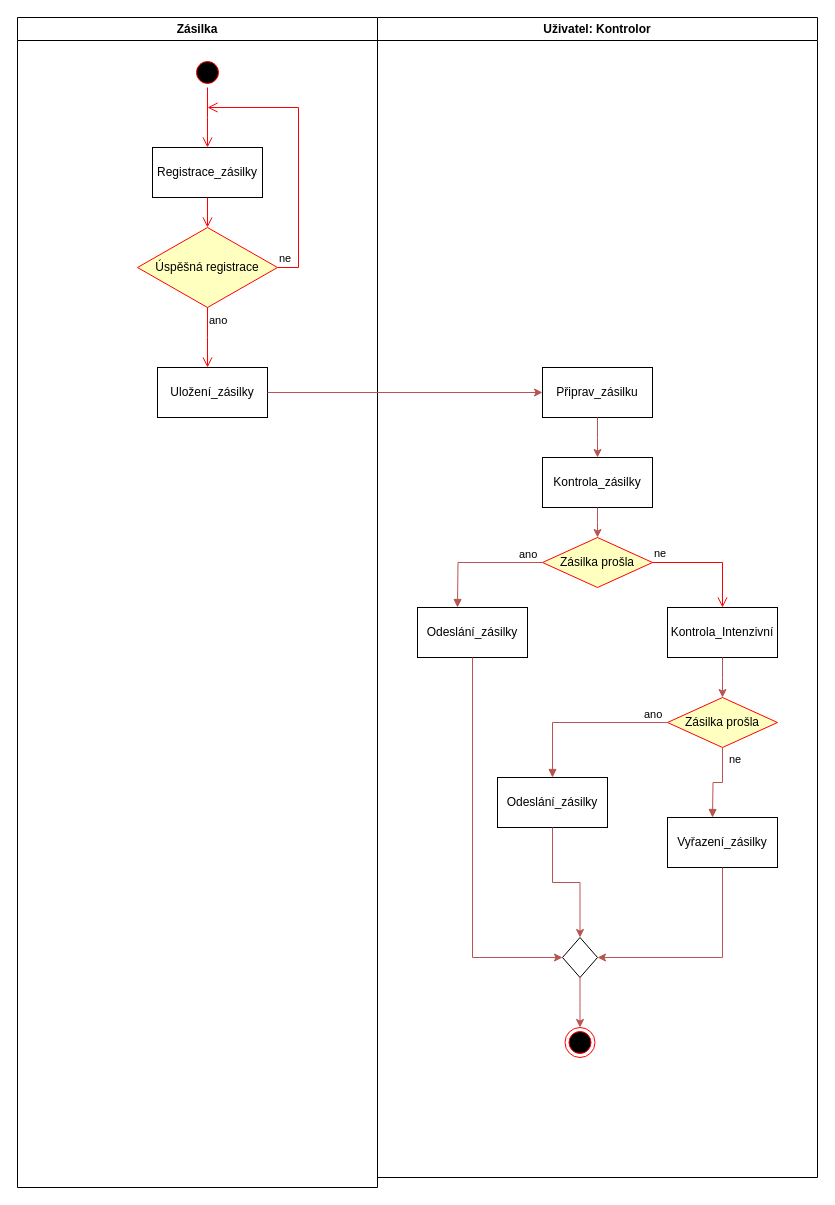
Hefik/IRS2 keeps this draw.io diagram as page "Stránka-3" (3 of 3) of tridy.drawio. Above is the earlier version. Source tidied: cells renumbered, new cells numbered last; positions are measured from the earlier drawing's top-left corner, leaving out a move shared by most shapes. Both pictures are drawn from the tidied source at 100%, with x=0, y=0 at pixel (17, 17).
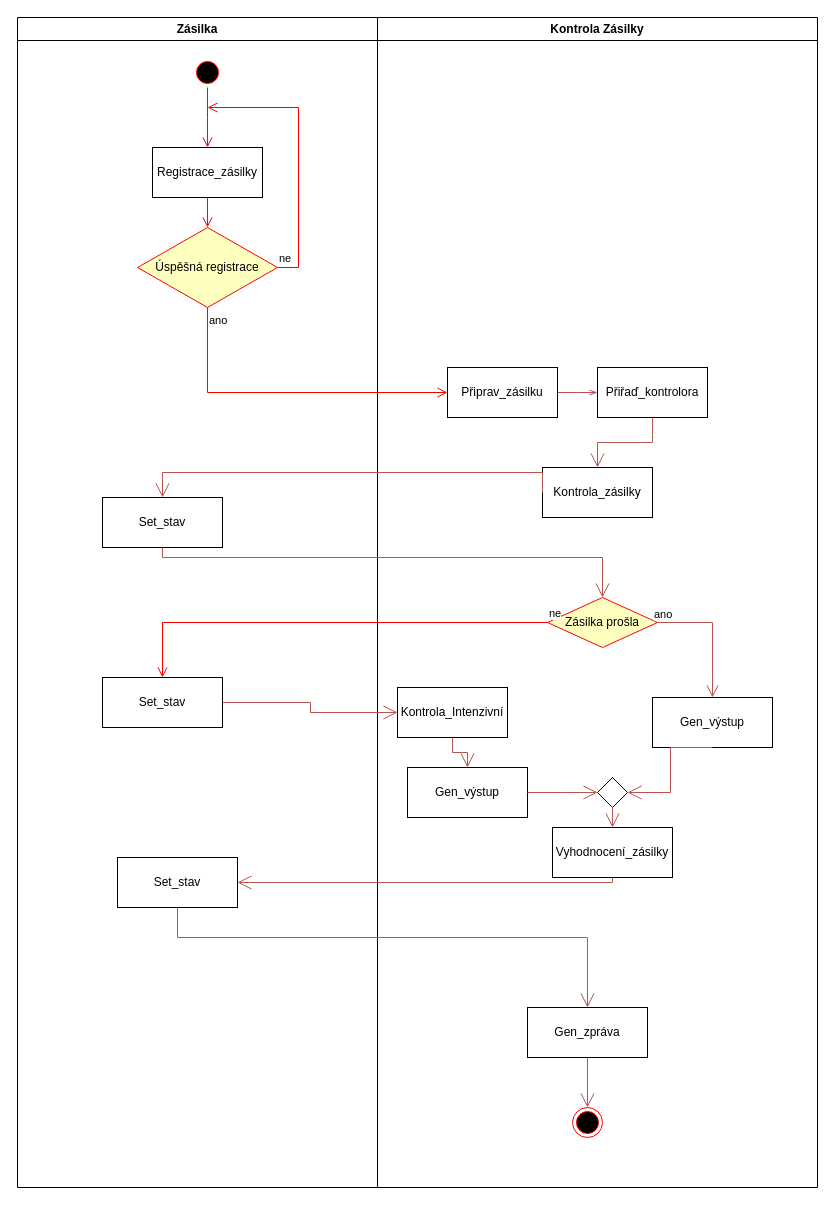
The same page after the edit.

The change refers to these unchanged cells:
```xml
<mxCell id="2" value="Zásilka" style="swimlane;whiteSpace=wrap;html=1;" parent="1" vertex="1">
  <mxGeometry width="360" height="1170" as="geometry" />
</mxCell>
<mxCell id="6" value="Úspěšná registrace" style="rhombus;whiteSpace=wrap;html=1;fontColor=#000000;fillColor=#ffffc0;strokeColor=#ff0000;" parent="2" vertex="1">
  <mxGeometry x="120" y="210" width="140" height="80" as="geometry" />
</mxCell>
```

The edit, as a diff of the source:
```diff
@@
-    <mxCell id="8" value="ano&lt;br&gt;" style="edgeStyle=orthogonalEdgeStyle;html=1;align=left;verticalAlign=top;endArrow=open;endSize=8;strokeColor=#ff0000;rounded=0;" parent="2" edge="1" source="6">
-      <mxGeometry x="-1" relative="1" as="geometry">
-        <mxPoint x="190" y="350" as="targetPoint" />
-      </mxGeometry>
-    </mxCell>
@@
-    <mxCell id="10" value="Uložení_zásilky" style="html=1;whiteSpace=wrap;" parent="2" vertex="1">
-      <mxGeometry x="140" y="350" width="110" height="50" as="geometry" />
-    </mxCell>
+    <mxCell id="37" value="Set_stav" style="html=1;whiteSpace=wrap;" parent="2" vertex="1">
+      <mxGeometry x="100" y="840" width="120" height="50" as="geometry" />
+    </mxCell>
+    <mxCell id="38" value="Set_stav" style="html=1;whiteSpace=wrap;" parent="2" vertex="1">
+      <mxGeometry x="85" y="480" width="120" height="50" as="geometry" />
+    </mxCell>
+    <mxCell id="39" value="Set_stav" style="html=1;whiteSpace=wrap;" parent="2" vertex="1">
+      <mxGeometry x="85" y="660" width="120" height="50" as="geometry" />
+    </mxCell>
-    <mxCell id="11" value="Uživatel: Kontrolor" style="swimlane;whiteSpace=wrap;html=1;" parent="1" vertex="1">
-      <mxGeometry x="360" width="440" height="1160" as="geometry" />
+    <mxCell id="11" value="Kontrola Zásilky" style="swimlane;whiteSpace=wrap;html=1;" parent="1" vertex="1">
+      <mxGeometry x="360" width="440" height="1170" as="geometry" />
     </mxCell>
     <mxCell id="12" value="Připrav_zásilku" style="html=1;whiteSpace=wrap;" parent="11" vertex="1">
-      <mxGeometry x="165" y="350" width="110" height="50" as="geometry" />
+      <mxGeometry x="70" y="350" width="110" height="50" as="geometry" />
     </mxCell>
     <mxCell id="13" value="Kontrola_zásilky" style="html=1;whiteSpace=wrap;" parent="11" vertex="1">
-      <mxGeometry x="165" y="440" width="110" height="50" as="geometry" />
+      <mxGeometry x="165" y="450" width="110" height="50" as="geometry" />
     </mxCell>
     <mxCell id="14" value="Zásilka prošla" style="rhombus;whiteSpace=wrap;html=1;fontColor=#000000;fillColor=#ffffc0;strokeColor=#ff0000;" parent="11" vertex="1">
-      <mxGeometry x="165" y="520" width="110" height="50" as="geometry" />
+      <mxGeometry x="170" y="580" width="110" height="50" as="geometry" />
     </mxCell>
-    <mxCell id="15" value="ne" style="edgeStyle=orthogonalEdgeStyle;html=1;align=left;verticalAlign=bottom;endArrow=open;endSize=8;strokeColor=#ff0000;rounded=0;entryX=0.5;entryY=0;entryDx=0;entryDy=0;" parent="11" edge="1" source="14" target="17">
-      <mxGeometry x="-1" relative="1" as="geometry" />
-    </mxCell>
-    <mxCell id="16" value="Odeslání_zásilky" style="html=1;whiteSpace=wrap;" parent="11" vertex="1">
-      <mxGeometry x="40" y="590" width="110" height="50" as="geometry" />
+    <mxCell id="16" value="Vyhodnocení_zásilky" style="html=1;whiteSpace=wrap;" parent="11" vertex="1">
+      <mxGeometry x="175" y="810" width="120" height="50" as="geometry" />
     </mxCell>
     <mxCell id="17" value="Kontrola_Intenzivní" style="html=1;whiteSpace=wrap;" parent="11" vertex="1">
-      <mxGeometry x="290" y="590" width="110" height="50" as="geometry" />
+      <mxGeometry x="20" y="670" width="110" height="50" as="geometry" />
     </mxCell>
-    <mxCell id="18" value="Zásilka prošla" style="rhombus;whiteSpace=wrap;html=1;fontColor=#000000;fillColor=#ffffc0;strokeColor=#ff0000;" parent="11" vertex="1">
-      <mxGeometry x="290" y="680" width="110" height="50" as="geometry" />
-    </mxCell>
-    <mxCell id="19" value="Odeslání_zásilky" style="html=1;whiteSpace=wrap;" parent="11" vertex="1">
-      <mxGeometry x="120" y="760" width="110" height="50" as="geometry" />
-    </mxCell>
-    <mxCell id="20" style="endArrow=block;endFill=1;html=1;edgeStyle=orthogonalEdgeStyle;align=left;verticalAlign=top;rounded=0;exitX=0;exitY=0.5;exitDx=0;exitDy=0;fillColor=#f8cecc;strokeColor=#b85450;entryX=0.5;entryY=0;entryDx=0;entryDy=0;" parent="11" edge="1" source="18" target="19">
-      <mxGeometry x="-1" relative="1" as="geometry" />
-    </mxCell>
-    <mxCell id="21" value="ano" style="edgeLabel;html=1;align=left;verticalAlign=bottom;" parent="20" vertex="1">
-      <mxGeometry x="-1" relative="1" as="geometry">
-        <mxPoint x="-25" as="offset" />
-      </mxGeometry>
-    </mxCell>
-    <mxCell id="22" value="Vyřazení_zásilky" style="html=1;whiteSpace=wrap;" parent="11" vertex="1">
-      <mxGeometry x="290" y="800" width="110" height="50" as="geometry" />
-    </mxCell>
-    <mxCell id="23" style="ellipse;html=1;shape=endState;fillColor=#000000;strokeColor=#ff0000;" parent="11" vertex="1">
-      <mxGeometry x="187.5" y="1010" width="30" height="30" as="geometry" />
-    </mxCell>
-    <mxCell id="24" style="rhombus;whiteSpace=wrap;html=1;" parent="11" vertex="1">
-      <mxGeometry x="185" y="920" width="35" height="40" as="geometry" />
-    </mxCell>
-    <mxCell id="25" style="endArrow=classic;html=1;rounded=0;exitX=0.5;exitY=1;exitDx=0;exitDy=0;entryX=0;entryY=0.5;entryDx=0;entryDy=0;edgeStyle=elbowEdgeStyle;fillColor=#f8cecc;strokeColor=#b85450;" parent="11" edge="1" source="16" target="24">
-      <mxGeometry relative="1" as="geometry">
-        <Array as="points">
-          <mxPoint x="95" y="800" />
-        </Array>
-      </mxGeometry>
-    </mxCell>
-    <mxCell id="26" style="endArrow=classic;html=1;rounded=0;exitX=0.5;exitY=1;exitDx=0;exitDy=0;entryX=0.5;entryY=0;entryDx=0;entryDy=0;edgeStyle=elbowEdgeStyle;elbow=vertical;fillColor=#f8cecc;strokeColor=#b85450;" parent="11" edge="1" source="19" target="24">
-      <mxGeometry relative="1" as="geometry" />
-    </mxCell>
-    <mxCell id="27" style="endArrow=classic;html=1;rounded=0;exitX=0.5;exitY=1;exitDx=0;exitDy=0;entryX=1;entryY=0.5;entryDx=0;entryDy=0;edgeStyle=elbowEdgeStyle;fillColor=#f8cecc;strokeColor=#b85450;" parent="11" edge="1" source="22" target="24">
-      <mxGeometry relative="1" as="geometry">
-        <Array as="points">
-          <mxPoint x="345" y="900" />
-        </Array>
-      </mxGeometry>
-    </mxCell>
-    <mxCell id="28" style="endArrow=classic;html=1;rounded=0;exitX=0.5;exitY=1;exitDx=0;exitDy=0;entryX=0.5;entryY=0;entryDx=0;entryDy=0;edgeStyle=elbowEdgeStyle;elbow=vertical;fillColor=#f8cecc;strokeColor=#b85450;" parent="11" edge="1" source="24" target="23">
-      <mxGeometry relative="1" as="geometry" />
-    </mxCell>
-    <mxCell id="29" style="endArrow=classic;html=1;rounded=0;exitX=0.5;exitY=1;exitDx=0;exitDy=0;entryX=0.5;entryY=0;entryDx=0;entryDy=0;edgeStyle=elbowEdgeStyle;elbow=vertical;fillColor=#f8cecc;strokeColor=#b85450;" parent="11" edge="1" source="17" target="18">
-      <mxGeometry relative="1" as="geometry" />
-    </mxCell>
-    <mxCell id="30" style="endArrow=classic;html=1;rounded=0;exitX=1;exitY=0.5;exitDx=0;exitDy=0;entryX=0;entryY=0.5;entryDx=0;entryDy=0;fillColor=#f8cecc;strokeColor=#b85450;" parent="1" edge="1" source="10" target="12">
-      <mxGeometry relative="1" as="geometry" />
-    </mxCell>
-    <mxCell id="31" style="endArrow=block;endFill=1;html=1;edgeStyle=orthogonalEdgeStyle;align=left;verticalAlign=top;rounded=0;exitX=0;exitY=0.5;exitDx=0;exitDy=0;fillColor=#f8cecc;strokeColor=#b85450;" parent="1" edge="1" source="14">
+    <mxCell id="31" style="endArrow=open;endFill=0;html=1;edgeStyle=orthogonalEdgeStyle;align=left;verticalAlign=top;rounded=0;exitX=1;exitY=0.5;exitDx=0;exitDy=0;fillColor=#f8cecc;strokeColor=#b85450;entryX=0.5;entryY=0;entryDx=0;entryDy=0;endSize=10;" parent="11" edge="1" source="14" target="47">
       <mxGeometry x="-1" relative="1" as="geometry">
-        <mxPoint x="440" y="590" as="targetPoint" />
+        <Array as="points">
+          <mxPoint x="335" y="605" />
+        </Array>
       </mxGeometry>
     </mxCell>
     <mxCell id="32" value="ano" style="edgeLabel;html=1;align=left;verticalAlign=bottom;" parent="31" vertex="1">
       <mxGeometry x="-1" relative="1" as="geometry">
-        <mxPoint x="-25" as="offset" />
+        <mxPoint x="-5" as="offset" />
       </mxGeometry>
     </mxCell>
-    <mxCell id="33" style="endArrow=block;endFill=1;html=1;edgeStyle=orthogonalEdgeStyle;align=left;verticalAlign=top;rounded=0;exitX=0.5;exitY=1;exitDx=0;exitDy=0;fillColor=#f8cecc;strokeColor=#b85450;" parent="1" edge="1" source="18">
-      <mxGeometry x="-1" relative="1" as="geometry">
-        <mxPoint x="695" y="800" as="targetPoint" />
-      </mxGeometry>
-    </mxCell>
-    <mxCell id="34" value="ne" style="edgeLabel;html=1;align=left;verticalAlign=bottom;" parent="33" vertex="1">
-      <mxGeometry x="-1" relative="1" as="geometry">
-        <mxPoint x="5" y="20" as="offset" />
-      </mxGeometry>
-    </mxCell>
-    <mxCell id="35" style="endArrow=classic;html=1;rounded=0;exitX=0.5;exitY=1;exitDx=0;exitDy=0;edgeStyle=elbowEdgeStyle;elbow=vertical;fillColor=#f8cecc;strokeColor=#b85450;" parent="1" edge="1" source="13">
-      <mxGeometry relative="1" as="geometry">
-        <mxPoint x="580" y="520" as="targetPoint" />
-      </mxGeometry>
-    </mxCell>
+    <mxCell id="40" value="Přiřaď_kontrolora" style="html=1;whiteSpace=wrap;" parent="11" vertex="1">
+      <mxGeometry x="220" y="350" width="110" height="50" as="geometry" />
+    </mxCell>
-    <mxCell id="36" style="endArrow=classic;html=1;rounded=0;exitX=0.5;exitY=1;exitDx=0;exitDy=0;edgeStyle=elbowEdgeStyle;elbow=vertical;fillColor=#f8cecc;strokeColor=#b85450;" parent="1" edge="1" source="12">
-      <mxGeometry relative="1" as="geometry">
-        <mxPoint x="580" y="440" as="targetPoint" />
-      </mxGeometry>
+    <mxCell id="36" style="endArrow=openThin;html=1;rounded=0;exitX=1;exitY=0.5;exitDx=0;exitDy=0;edgeStyle=elbowEdgeStyle;elbow=vertical;fillColor=#f8cecc;strokeColor=#b85450;entryX=0;entryY=0.5;entryDx=0;entryDy=0;endFill=0;" parent="11" edge="1" source="12" target="40">
+      <mxGeometry relative="1" as="geometry" />
     </mxCell>
+    <mxCell id="41" style="endArrow=open;endFill=1;endSize=12;html=1;rounded=0;exitX=0.5;exitY=1;exitDx=0;exitDy=0;entryX=0.5;entryY=0;entryDx=0;entryDy=0;fillColor=#f8cecc;strokeColor=#b85450;edgeStyle=elbowEdgeStyle;elbow=vertical;" parent="11" edge="1" source="40" target="13">
+      <mxGeometry relative="1" as="geometry" />
+    </mxCell>
+    <mxCell id="42" value="Gen_zpráva" style="html=1;whiteSpace=wrap;" parent="11" vertex="1">
+      <mxGeometry x="150" y="990" width="120" height="50" as="geometry" />
+    </mxCell>
+    <mxCell id="43" style="rhombus;whiteSpace=wrap;html=1;" parent="11" vertex="1">
+      <mxGeometry x="220" y="760" width="30" height="30" as="geometry" />
+    </mxCell>
+    <mxCell id="44" style="endArrow=open;endFill=1;endSize=12;html=1;rounded=0;exitX=0.5;exitY=1;exitDx=0;exitDy=0;fillColor=#f8cecc;strokeColor=#b85450;edgeStyle=elbowEdgeStyle;entryX=0.5;entryY=0;entryDx=0;entryDy=0;elbow=vertical;" parent="11" edge="1" source="17" target="49">
+      <mxGeometry relative="1" as="geometry" />
+    </mxCell>
+    <mxCell id="45" style="endArrow=open;endFill=1;endSize=12;html=1;rounded=0;exitX=0.5;exitY=1;exitDx=0;exitDy=0;fillColor=#f8cecc;strokeColor=#b85450;edgeStyle=elbowEdgeStyle;entryX=0.5;entryY=0;entryDx=0;entryDy=0;elbow=vertical;" parent="11" edge="1" source="43" target="16">
+      <mxGeometry relative="1" as="geometry" />
+    </mxCell>
+    <mxCell id="23" style="ellipse;html=1;shape=endState;fillColor=#000000;strokeColor=#ff0000;" parent="11" vertex="1">
+      <mxGeometry x="195" y="1090" width="30" height="30" as="geometry" />
+    </mxCell>
+    <mxCell id="46" style="endArrow=open;endFill=1;endSize=12;html=1;rounded=0;fillColor=#f8cecc;strokeColor=#b85450;edgeStyle=elbowEdgeStyle;elbow=vertical;entryX=0.5;entryY=0;entryDx=0;entryDy=0;exitX=0.5;exitY=1;exitDx=0;exitDy=0;" parent="11" edge="1" source="42" target="23">
+      <mxGeometry relative="1" as="geometry">
+        <Array as="points">
+          <mxPoint x="210" y="1040" />
+        </Array>
+      </mxGeometry>
+    </mxCell>
+    <mxCell id="47" value="Gen_výstup" style="html=1;whiteSpace=wrap;" parent="11" vertex="1">
+      <mxGeometry x="275" y="680" width="120" height="50" as="geometry" />
+    </mxCell>
+    <mxCell id="48" style="endArrow=open;endFill=1;endSize=12;html=1;rounded=0;exitX=0.5;exitY=1;exitDx=0;exitDy=0;fillColor=#f8cecc;strokeColor=#b85450;edgeStyle=elbowEdgeStyle;entryX=1;entryY=0.5;entryDx=0;entryDy=0;" parent="11" edge="1" source="47" target="43">
+      <mxGeometry relative="1" as="geometry" />
+    </mxCell>
+    <mxCell id="49" value="Gen_výstup" style="html=1;whiteSpace=wrap;" parent="11" vertex="1">
+      <mxGeometry x="30" y="750" width="120" height="50" as="geometry" />
+    </mxCell>
+    <mxCell id="50" style="endArrow=open;endFill=1;endSize=12;html=1;rounded=0;exitX=1;exitY=0.5;exitDx=0;exitDy=0;fillColor=#f8cecc;strokeColor=#b85450;edgeStyle=elbowEdgeStyle;entryX=0;entryY=0.5;entryDx=0;entryDy=0;" parent="11" edge="1" source="49" target="43">
+      <mxGeometry relative="1" as="geometry" />
+    </mxCell>
+    <mxCell id="8" value="ano&lt;br&gt;" style="edgeStyle=orthogonalEdgeStyle;html=1;align=left;verticalAlign=top;endArrow=open;endSize=8;strokeColor=#ff0000;rounded=0;entryX=0;entryY=0.5;entryDx=0;entryDy=0;" parent="1" edge="1" source="6" target="12">
+      <mxGeometry x="-1" relative="1" as="geometry">
+        <Array as="points">
+          <mxPoint x="190" y="375" />
+        </Array>
+      </mxGeometry>
+    </mxCell>
+    <mxCell id="51" style="endArrow=open;endFill=1;endSize=12;html=1;rounded=0;exitX=0;exitY=0.5;exitDx=0;exitDy=0;entryX=0.5;entryY=0;entryDx=0;entryDy=0;fillColor=#f8cecc;strokeColor=#b85450;edgeStyle=elbowEdgeStyle;elbow=vertical;" parent="1" edge="1" source="13" target="38">
+      <mxGeometry relative="1" as="geometry">
+        <Array as="points">
+          <mxPoint x="330" y="455" />
+        </Array>
+      </mxGeometry>
+    </mxCell>
+    <mxCell id="52" style="endArrow=open;endFill=1;endSize=12;html=1;rounded=0;exitX=0.5;exitY=1;exitDx=0;exitDy=0;entryX=0.5;entryY=0;entryDx=0;entryDy=0;fillColor=#f8cecc;strokeColor=#b85450;edgeStyle=elbowEdgeStyle;elbow=vertical;" parent="1" edge="1" source="38" target="14">
+      <mxGeometry relative="1" as="geometry">
+        <Array as="points">
+          <mxPoint x="370" y="540" />
+        </Array>
+      </mxGeometry>
+    </mxCell>
+    <mxCell id="53" style="endArrow=open;endFill=1;endSize=12;html=1;rounded=0;exitX=1;exitY=0.5;exitDx=0;exitDy=0;fillColor=#f8cecc;strokeColor=#b85450;edgeStyle=elbowEdgeStyle;entryX=0;entryY=0.5;entryDx=0;entryDy=0;" parent="1" edge="1" source="39" target="17">
+      <mxGeometry relative="1" as="geometry" />
+    </mxCell>
+    <mxCell id="15" value="ne" style="edgeStyle=orthogonalEdgeStyle;html=1;align=left;verticalAlign=bottom;endArrow=open;endSize=8;strokeColor=#ff0000;rounded=0;entryX=0.5;entryY=0;entryDx=0;entryDy=0;" parent="1" edge="1" source="14" target="39">
+      <mxGeometry x="-1" relative="1" as="geometry" />
+    </mxCell>
+    <mxCell id="54" style="endArrow=open;endFill=1;endSize=12;html=1;rounded=0;exitX=0.5;exitY=1;exitDx=0;exitDy=0;fillColor=#f8cecc;strokeColor=#b85450;edgeStyle=elbowEdgeStyle;elbow=vertical;entryX=1;entryY=0.5;entryDx=0;entryDy=0;" parent="1" edge="1" source="16" target="37">
+      <mxGeometry relative="1" as="geometry">
+        <Array as="points">
+          <mxPoint x="390" y="865" />
+        </Array>
+      </mxGeometry>
+    </mxCell>
+    <mxCell id="55" style="endArrow=open;endFill=1;endSize=12;html=1;rounded=0;exitX=0.5;exitY=1;exitDx=0;exitDy=0;fillColor=#f8cecc;strokeColor=#b85450;edgeStyle=elbowEdgeStyle;elbow=vertical;entryX=0.5;entryY=0;entryDx=0;entryDy=0;" parent="1" edge="1" source="37" target="42">
+      <mxGeometry relative="1" as="geometry">
+        <Array as="points">
+          <mxPoint x="360" y="920" />
+        </Array>
+      </mxGeometry>
+    </mxCell>
```
